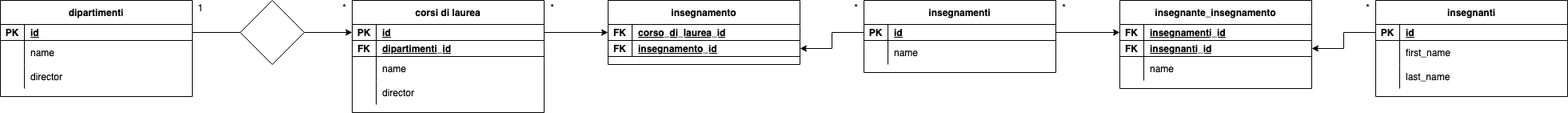
marcodeiulio/db-university keeps this draw.io diagram as Untitled Diagram.drawio.png. Above is the earlier version. Source tidied: cells renumbered, new cells last; positions are measured from the earlier drawing's top-left corner, leaving out a move shared by most shapes.
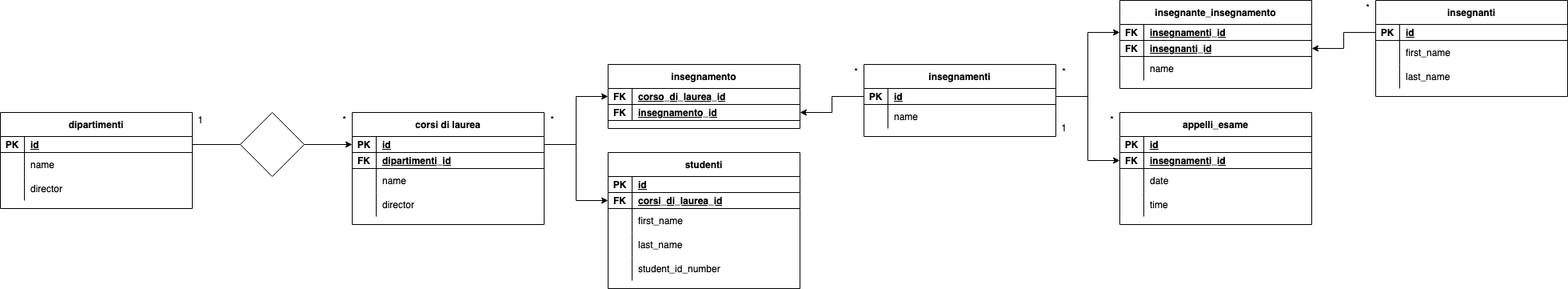
After the change.

Change to the diagram source:
```diff
@@ -87,7 +87,7 @@
       <mxGeometry x="420" width="20" height="20" as="geometry" />
     </mxCell>
     <mxCell id="30" value="insegnamenti" style="shape=table;startSize=30;rowLines=0;fontStyle=1;align=center;" parent="1" vertex="1">
-      <mxGeometry x="1080" width="240" height="90" as="geometry" />
+      <mxGeometry x="1080" y="-60" width="240" height="90" as="geometry" />
     </mxCell>
     <mxCell id="31" style="shape=partialRectangle;fillColor=none;points=[[0,0.5],[1,0.5]];portConstraint=eastwest;top=0;left=0;right=0;bottom=1;" parent="30" vertex="1">
       <mxGeometry y="30" width="240" height="20" as="geometry" />
@@ -108,7 +108,7 @@
       <mxGeometry x="30" width="210" height="30" as="geometry" />
     </mxCell>
     <mxCell id="37" value="insegnamento" style="shape=table;startSize=30;rowLines=0;fontStyle=1;align=center;" parent="1" vertex="1">
-      <mxGeometry x="760" width="240" height="80" as="geometry" />
+      <mxGeometry x="760" y="-60" width="240" height="80" as="geometry" />
     </mxCell>
     <mxCell id="38" style="shape=partialRectangle;fillColor=none;points=[[0,0.5],[1,0.5]];portConstraint=eastwest;top=0;left=0;right=0;bottom=1;" parent="37" vertex="1">
       <mxGeometry y="30" width="240" height="20" as="geometry" />
@@ -138,10 +138,10 @@
       <mxGeometry x="680" width="20" height="20" as="geometry" />
     </mxCell>
     <mxCell id="47" value="*" style="text;html=1;align=center;verticalAlign=middle;strokeColor=none;fillColor=none;" parent="1" vertex="1">
-      <mxGeometry x="1060" width="20" height="20" as="geometry" />
+      <mxGeometry x="1060" y="-60" width="20" height="20" as="geometry" />
     </mxCell>
     <mxCell id="48" value="insegnante_insegnamento" style="shape=table;startSize=30;rowLines=0;fontStyle=1;align=center;" parent="1" vertex="1">
-      <mxGeometry x="1400" width="240" height="110" as="geometry" />
+      <mxGeometry x="1400" y="-140" width="240" height="110" as="geometry" />
     </mxCell>
     <mxCell id="49" style="shape=partialRectangle;fillColor=none;points=[[0,0.5],[1,0.5]];portConstraint=eastwest;top=0;left=0;right=0;bottom=1;" parent="48" vertex="1">
       <mxGeometry y="30" width="240" height="20" as="geometry" />
@@ -171,7 +171,7 @@
       <mxGeometry x="30" width="210" height="30" as="geometry" />
     </mxCell>
     <mxCell id="58" value="insegnanti" style="shape=table;startSize=30;rowLines=0;fontStyle=1;align=center;" parent="1" vertex="1">
-      <mxGeometry x="1720" width="240" height="120" as="geometry" />
+      <mxGeometry x="1720" y="-140" width="240" height="120" as="geometry" />
     </mxCell>
     <mxCell id="59" style="shape=partialRectangle;fillColor=none;points=[[0,0.5],[1,0.5]];portConstraint=eastwest;top=0;left=0;right=0;bottom=1;" parent="58" vertex="1">
       <mxGeometry y="30" width="240" height="20" as="geometry" />
@@ -207,10 +207,109 @@
       <mxGeometry relative="1" as="geometry" />
     </mxCell>
     <mxCell id="70" value="*" style="text;html=1;align=center;verticalAlign=middle;strokeColor=none;fillColor=none;" parent="1" vertex="1">
-      <mxGeometry x="1320" width="20" height="20" as="geometry" />
+      <mxGeometry x="1320" y="-60" width="20" height="20" as="geometry" />
     </mxCell>
     <mxCell id="71" value="*" style="text;html=1;align=center;verticalAlign=middle;strokeColor=none;fillColor=none;" parent="1" vertex="1">
-      <mxGeometry x="1700" width="20" height="20" as="geometry" />
+      <mxGeometry x="1700" y="-140" width="20" height="20" as="geometry" />
     </mxCell>
+    <mxCell id="72" value="appelli_esame" style="shape=table;startSize=30;rowLines=0;fontStyle=1;align=center;" parent="1" vertex="1">
+      <mxGeometry x="1400" width="240" height="140" as="geometry" />
+    </mxCell>
+    <mxCell id="73" style="shape=partialRectangle;fillColor=none;top=0;left=0;right=0;bottom=1;" parent="72" vertex="1">
+      <mxGeometry y="30" width="240" height="20" as="geometry" />
+    </mxCell>
+    <mxCell id="74" value="PK" style="shape=partialRectangle;overflow=hidden;fillColor=none;top=0;left=0;bottom=0;right=0;fontStyle=1;" parent="73" vertex="1">
+      <mxGeometry width="30" height="20" as="geometry" />
+    </mxCell>
+    <mxCell id="75" value="id " style="shape=partialRectangle;overflow=hidden;fillColor=none;top=0;left=0;bottom=0;right=0;align=left;spacingLeft=6;fontStyle=5;" parent="73" vertex="1">
+      <mxGeometry x="30" width="210" height="20" as="geometry" />
+    </mxCell>
+    <mxCell id="76" style="shape=partialRectangle;fillColor=none;points=[[0,0.5],[1,0.5]];portConstraint=eastwest;top=0;left=0;right=0;bottom=1;" parent="72" vertex="1">
+      <mxGeometry y="50" width="240" height="20" as="geometry" />
+    </mxCell>
+    <mxCell id="77" value="FK" style="shape=partialRectangle;overflow=hidden;fillColor=none;top=0;left=0;bottom=0;right=0;fontStyle=1;" parent="76" vertex="1">
+      <mxGeometry width="30" height="20" as="geometry" />
+    </mxCell>
+    <mxCell id="78" value="insegnamenti_id" style="shape=partialRectangle;overflow=hidden;fillColor=none;top=0;left=0;bottom=0;right=0;align=left;spacingLeft=6;fontStyle=5;" parent="76" vertex="1">
+      <mxGeometry x="30" width="210" height="20" as="geometry" />
+    </mxCell>
+    <mxCell id="79" style="shape=partialRectangle;fillColor=none;top=0;left=0;right=0;bottom=0;" parent="72" vertex="1">
+      <mxGeometry y="70" width="240" height="30" as="geometry" />
+    </mxCell>
+    <mxCell id="80" style="shape=partialRectangle;overflow=hidden;fillColor=none;top=0;left=0;bottom=0;right=0;" parent="79" vertex="1">
+      <mxGeometry width="30" height="30" as="geometry" />
+    </mxCell>
+    <mxCell id="81" value="date" style="shape=partialRectangle;overflow=hidden;fillColor=none;top=0;left=0;bottom=0;right=0;align=left;spacingLeft=6;" parent="79" vertex="1">
+      <mxGeometry x="30" width="210" height="30" as="geometry" />
+    </mxCell>
+    <mxCell id="82" style="shape=partialRectangle;fillColor=none;top=0;left=0;right=0;bottom=0;" parent="72" vertex="1">
+      <mxGeometry y="100" width="240" height="30" as="geometry" />
+    </mxCell>
+    <mxCell id="83" style="shape=partialRectangle;overflow=hidden;fillColor=none;top=0;left=0;bottom=0;right=0;" parent="82" vertex="1">
+      <mxGeometry width="30" height="30" as="geometry" />
+    </mxCell>
+    <mxCell id="84" value="time" style="shape=partialRectangle;overflow=hidden;fillColor=none;top=0;left=0;bottom=0;right=0;align=left;spacingLeft=6;" parent="82" vertex="1">
+      <mxGeometry x="30" width="210" height="30" as="geometry" />
+    </mxCell>
+    <mxCell id="85" style="edgeStyle=orthogonalEdgeStyle;rounded=0;jettySize=auto;html=1;" parent="1" edge="1" source="31" target="76">
+      <mxGeometry relative="1" as="geometry" />
+    </mxCell>
+    <mxCell id="86" value="1" style="text;html=1;align=center;verticalAlign=middle;strokeColor=none;fillColor=none;" parent="1" vertex="1">
+      <mxGeometry x="1320" y="10" width="20" height="20" as="geometry" />
+    </mxCell>
+    <mxCell id="87" value="*" style="text;html=1;align=center;verticalAlign=middle;strokeColor=none;fillColor=none;" parent="1" vertex="1">
+      <mxGeometry x="1380" width="20" height="20" as="geometry" />
+    </mxCell>
+    <mxCell id="88" value="studenti" style="shape=table;startSize=30;rowLines=0;fontStyle=1;align=center;" parent="1" vertex="1">
+      <mxGeometry x="760" y="50" width="240" height="170" as="geometry" />
+    </mxCell>
+    <mxCell id="89" style="shape=partialRectangle;fillColor=none;top=0;left=0;right=0;bottom=1;" parent="88" vertex="1">
+      <mxGeometry y="30" width="240" height="20" as="geometry" />
+    </mxCell>
+    <mxCell id="90" value="PK" style="shape=partialRectangle;overflow=hidden;fillColor=none;top=0;left=0;bottom=0;right=0;fontStyle=1;" parent="89" vertex="1">
+      <mxGeometry width="30" height="20" as="geometry" />
+    </mxCell>
+    <mxCell id="91" value="id " style="shape=partialRectangle;overflow=hidden;fillColor=none;top=0;left=0;bottom=0;right=0;align=left;spacingLeft=6;fontStyle=5;" parent="89" vertex="1">
+      <mxGeometry x="30" width="210" height="20" as="geometry" />
+    </mxCell>
+    <mxCell id="92" style="shape=partialRectangle;fillColor=none;points=[[0,0.5],[1,0.5]];portConstraint=eastwest;top=0;left=0;right=0;bottom=1;" parent="88" vertex="1">
+      <mxGeometry y="50" width="240" height="20" as="geometry" />
+    </mxCell>
+    <mxCell id="93" value="FK" style="shape=partialRectangle;overflow=hidden;fillColor=none;top=0;left=0;bottom=0;right=0;fontStyle=1;" parent="92" vertex="1">
+      <mxGeometry width="30" height="20" as="geometry" />
+    </mxCell>
+    <mxCell id="94" value="corsi_di_laurea_id" style="shape=partialRectangle;overflow=hidden;fillColor=none;top=0;left=0;bottom=0;right=0;align=left;spacingLeft=6;fontStyle=5;" parent="92" vertex="1">
+      <mxGeometry x="30" width="210" height="20" as="geometry" />
+    </mxCell>
+    <mxCell id="95" style="shape=partialRectangle;fillColor=none;top=0;left=0;right=0;bottom=0;" parent="88" vertex="1">
+      <mxGeometry y="70" width="240" height="30" as="geometry" />
+    </mxCell>
+    <mxCell id="96" style="shape=partialRectangle;overflow=hidden;fillColor=none;top=0;left=0;bottom=0;right=0;" parent="95" vertex="1">
+      <mxGeometry width="30" height="30" as="geometry" />
+    </mxCell>
+    <mxCell id="97" value="first_name" style="shape=partialRectangle;overflow=hidden;fillColor=none;top=0;left=0;bottom=0;right=0;align=left;spacingLeft=6;" parent="95" vertex="1">
+      <mxGeometry x="30" width="210" height="30" as="geometry" />
+    </mxCell>
+    <mxCell id="98" style="shape=partialRectangle;fillColor=none;top=0;left=0;right=0;bottom=0;" parent="88" vertex="1">
+      <mxGeometry y="100" width="240" height="30" as="geometry" />
+    </mxCell>
+    <mxCell id="99" style="shape=partialRectangle;overflow=hidden;fillColor=none;top=0;left=0;bottom=0;right=0;" parent="98" vertex="1">
+      <mxGeometry width="30" height="30" as="geometry" />
+    </mxCell>
+    <mxCell id="100" value="last_name" style="shape=partialRectangle;overflow=hidden;fillColor=none;top=0;left=0;bottom=0;right=0;align=left;spacingLeft=6;" parent="98" vertex="1">
+      <mxGeometry x="30" width="210" height="30" as="geometry" />
+    </mxCell>
+    <mxCell id="101" style="shape=partialRectangle;fillColor=none;top=0;left=0;right=0;bottom=0;" parent="88" vertex="1">
+      <mxGeometry y="130" width="240" height="30" as="geometry" />
+    </mxCell>
+    <mxCell id="102" style="shape=partialRectangle;overflow=hidden;fillColor=none;top=0;left=0;bottom=0;right=0;" parent="101" vertex="1">
+      <mxGeometry width="30" height="30" as="geometry" />
+    </mxCell>
+    <mxCell id="103" value="student_id_number" style="shape=partialRectangle;overflow=hidden;fillColor=none;top=0;left=0;bottom=0;right=0;align=left;spacingLeft=6;" parent="101" vertex="1">
+      <mxGeometry x="30" width="210" height="30" as="geometry" />
+    </mxCell>
+    <mxCell id="104" style="edgeStyle=orthogonalEdgeStyle;rounded=0;jettySize=auto;html=1;entryX=0;entryY=0.5;entryDx=0;entryDy=0;" parent="1" edge="1" source="13" target="92">
+      <mxGeometry relative="1" as="geometry" />
+    </mxCell>
   </root>
 </mxGraphModel>
```
